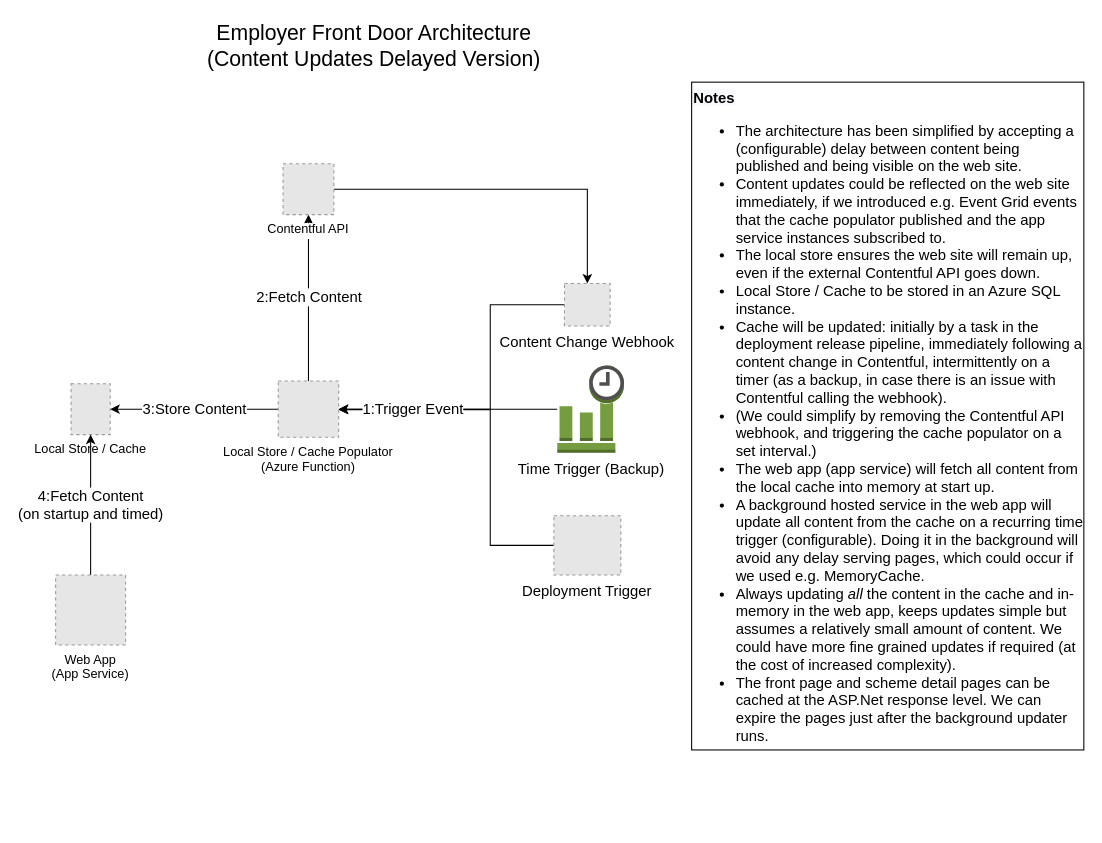
Before: Front Door Arch Update Delay.drawio in lazcool/EmployerFrontDoor, a draw.io diagram. Source tidied: cells renumbered, new cells numbered last; positions are measured from the earlier drawing's top-left corner, leaving out a move shared by most shapes. Both pictures are drawn from the tidied source at 106%, with x=0, y=0 at pixel (55, 18). Pictures stored in the file or linked from it are replaced by grey dashed boxes.
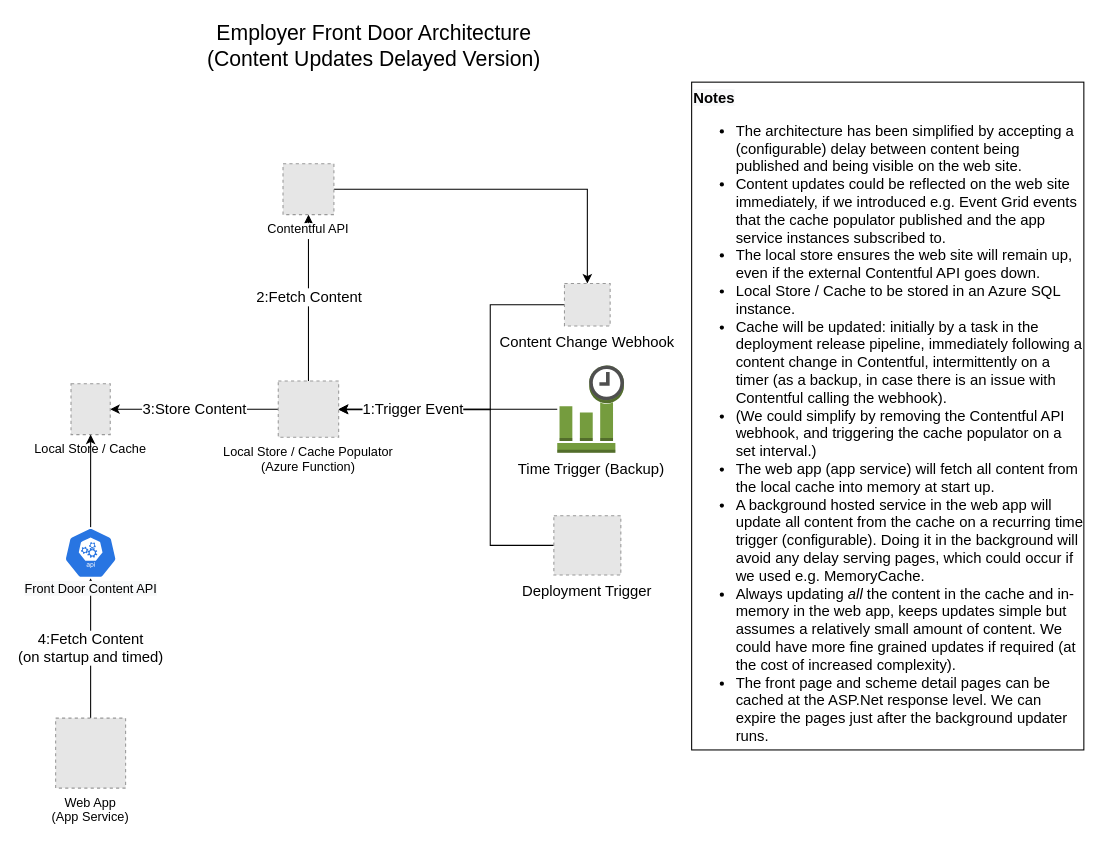
The same diagram, later.

Unchanged cells that the change refers to:
```xml
<mxCell id="7" value="Local Store / Cache" style="fillColor=#E6E6E6;strokeColor=#999999;dashed=1;verticalLabelPosition=bottom;labelBackgroundColor=#ffffff;verticalAlign=top;" parent="1" vertex="1">
  <mxGeometry x="14.5" y="344.5" width="37" height="48" as="geometry" />
</mxCell>
```

Change to the diagram source:
```diff
@@
-    <mxCell id="8" value="4:Fetch Content&lt;br&gt;(on startup and timed)" style="edgeStyle=orthogonalEdgeStyle;rounded=0;jettySize=auto;html=1;entryX=0.5;entryY=1;entryDx=0;entryDy=0;fontSize=14;" parent="1" edge="1" source="9" target="7">
+    <mxCell id="8" value="4:Fetch Content&lt;br&gt;(on startup and timed)" style="edgeStyle=orthogonalEdgeStyle;rounded=0;jettySize=auto;html=1;entryX=0.5;entryY=1;entryDx=0;entryDy=0;fontSize=14;entryPerimeter=0;" parent="1" edge="1" source="9" target="19">
       <mxGeometry relative="1" as="geometry" />
     </mxCell>
     <mxCell id="9" value="Web App&#10;(App Service)" style="fillColor=#E6E6E6;strokeColor=#999999;dashed=1;verticalLabelPosition=bottom;labelBackgroundColor=#ffffff;verticalAlign=top;" parent="1" vertex="1">
-      <mxGeometry y="525" width="66" height="66" as="geometry" />
+      <mxGeometry y="660" width="66" height="66" as="geometry" />
     </mxCell>
@@
+    <mxCell id="18" style="edgeStyle=orthogonalEdgeStyle;rounded=0;jettySize=auto;html=1;" parent="1" edge="1" source="19" target="7">
+      <mxGeometry relative="1" as="geometry" />
+    </mxCell>
+    <mxCell id="19" value="&#10;&#10;&lt;span style=&quot;color: rgb(0, 0, 0); font-family: helvetica; font-size: 12px; font-style: normal; font-weight: 400; letter-spacing: normal; text-align: center; text-indent: 0px; text-transform: none; word-spacing: 0px; background-color: rgb(248, 249, 250); display: inline; float: none;&quot;&gt;Front Door Content API&lt;/span&gt;&#10;&#10;" style="sketch=0;html=1;dashed=0;whitespace=wrap;fillColor=#2875E2;strokeColor=#ffffff;points=[[0.005,0.63,0],[0.1,0.2,0],[0.9,0.2,0],[0.5,0,0],[0.995,0.63,0],[0.72,0.99,0],[0.5,1,0],[0.28,0.99,0]];shape=mxgraph.kubernetes.icon;prIcon=api;verticalAlign=bottom;labelPosition=center;verticalLabelPosition=bottom;align=center;" parent="1" vertex="1">
+      <mxGeometry x="8" y="480" width="50" height="48" as="geometry" />
+    </mxCell>
```
